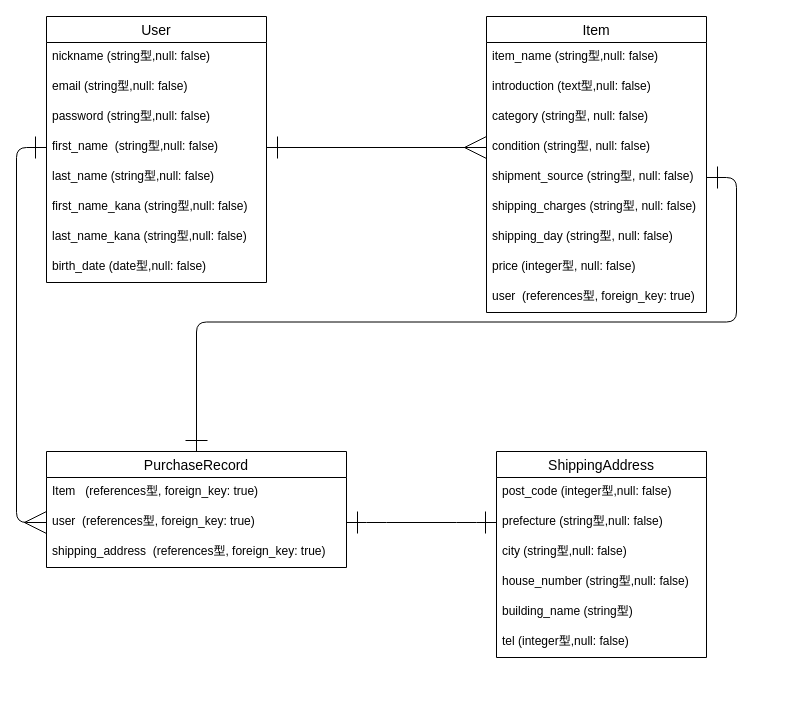
This is ER.dio from shimada0905/furima-32469, a draw.io file, before an edit. Source tidied: cells renumbered, new cells numbered last; positions are measured from the earlier drawing's top-left corner, leaving out a move shared by most shapes. Both pictures are drawn from the tidied source at 100%, with x=0, y=0 at pixel (46, 16).
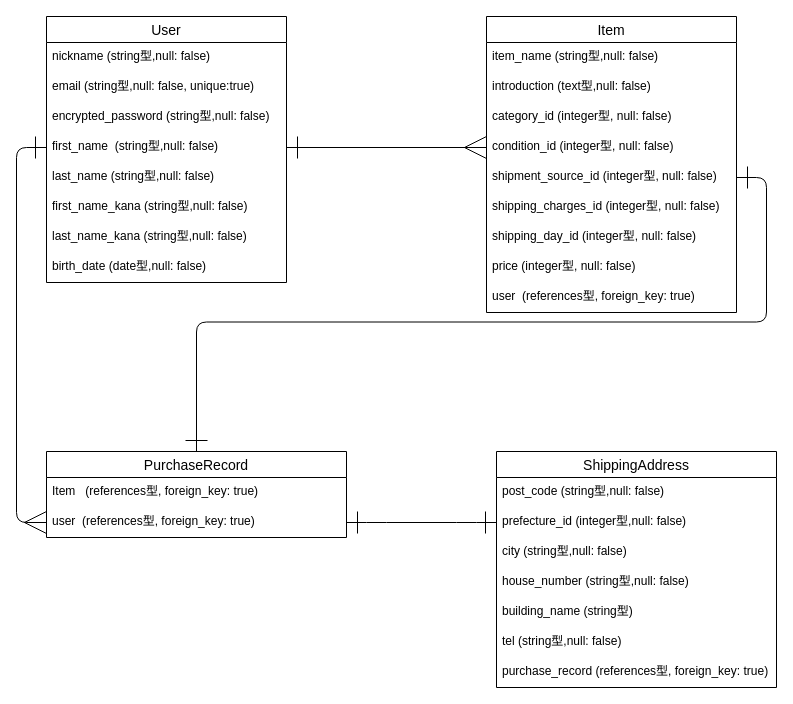
Above is the later version.

Commit message (it also covers changes not shown here):
コメント箇所の修正

Diff of the diagram source:
```diff
@@
     <mxCell id="2" value="User" style="swimlane;fontStyle=0;horizontal=1;startSize=26;align=center;fontSize=14;" parent="1" vertex="1">
-      <mxGeometry width="220" height="266" as="geometry" />
+      <mxGeometry width="240" height="266" as="geometry" />
     </mxCell>
     <mxCell id="3" value="nickname (string型,null: false)" style="text;strokeColor=none;fillColor=none;spacingLeft=4;spacingRight=4;overflow=hidden;fontSize=12;" parent="2" vertex="1">
-      <mxGeometry y="26" width="220" height="30" as="geometry" />
+      <mxGeometry y="26" width="240" height="30" as="geometry" />
     </mxCell>
-    <mxCell id="4" value="email (string型,null: false)" style="text;strokeColor=none;fillColor=none;spacingLeft=4;spacingRight=4;overflow=hidden;fontSize=12;" parent="2" vertex="1">
-      <mxGeometry y="56" width="220" height="30" as="geometry" />
+    <mxCell id="4" value="email (string型,null: false, unique:true)" style="text;strokeColor=none;fillColor=none;spacingLeft=4;spacingRight=4;overflow=hidden;fontSize=12;" parent="2" vertex="1">
+      <mxGeometry y="56" width="240" height="30" as="geometry" />
     </mxCell>
-    <mxCell id="5" value="password (string型,null: false)" style="text;strokeColor=none;fillColor=none;spacingLeft=4;spacingRight=4;overflow=hidden;fontSize=12;" parent="2" vertex="1">
-      <mxGeometry y="86" width="220" height="30" as="geometry" />
+    <mxCell id="5" value="encrypted_password (string型,null: false)" style="text;strokeColor=none;fillColor=none;spacingLeft=4;spacingRight=4;overflow=hidden;fontSize=12;" parent="2" vertex="1">
+      <mxGeometry y="86" width="240" height="30" as="geometry" />
     </mxCell>
     <mxCell id="6" value="first_name  (string型,null: false)" style="text;strokeColor=none;fillColor=none;spacingLeft=4;spacingRight=4;overflow=hidden;points=[[0,0.5],[1,0.5]];portConstraint=eastwest;fontSize=12;" parent="2" vertex="1">
-      <mxGeometry y="116" width="220" height="30" as="geometry" />
+      <mxGeometry y="116" width="240" height="30" as="geometry" />
     </mxCell>
     <mxCell id="7" value="last_name (string型,null: false)" style="text;strokeColor=none;fillColor=none;spacingLeft=4;spacingRight=4;overflow=hidden;fontSize=12;" parent="2" vertex="1">
-      <mxGeometry y="146" width="220" height="30" as="geometry" />
+      <mxGeometry y="146" width="240" height="30" as="geometry" />
     </mxCell>
     <mxCell id="8" value="first_name_kana (string型,null: false)" style="text;strokeColor=none;fillColor=none;spacingLeft=4;spacingRight=4;overflow=hidden;fontSize=12;" parent="2" vertex="1">
-      <mxGeometry y="176" width="220" height="30" as="geometry" />
+      <mxGeometry y="176" width="240" height="30" as="geometry" />
     </mxCell>
     <mxCell id="9" value="last_name_kana (string型,null: false)" style="text;strokeColor=none;fillColor=none;spacingLeft=4;spacingRight=4;overflow=hidden;fontSize=12;" parent="2" vertex="1">
-      <mxGeometry y="206" width="220" height="30" as="geometry" />
+      <mxGeometry y="206" width="240" height="30" as="geometry" />
     </mxCell>
     <mxCell id="10" value="birth_date (date型,null: false)" style="text;strokeColor=none;fillColor=none;spacingLeft=4;spacingRight=4;overflow=hidden;fontSize=12;" parent="2" vertex="1">
-      <mxGeometry y="236" width="220" height="30" as="geometry" />
+      <mxGeometry y="236" width="240" height="30" as="geometry" />
     </mxCell>
     <mxCell id="11" value="Item" style="swimlane;fontStyle=0;horizontal=1;startSize=26;align=center;fontSize=14;" parent="1" vertex="1">
-      <mxGeometry x="440" width="220" height="296" as="geometry" />
+      <mxGeometry x="440" width="250" height="296" as="geometry" />
     </mxCell>
     <mxCell id="12" value="item_name (string型,null: false)" style="text;strokeColor=none;fillColor=none;spacingLeft=4;spacingRight=4;overflow=hidden;fontSize=12;" parent="11" vertex="1">
-      <mxGeometry y="26" width="220" height="30" as="geometry" />
+      <mxGeometry y="26" width="250" height="30" as="geometry" />
     </mxCell>
     <mxCell id="13" value="introduction (text型,null: false)" style="text;strokeColor=none;fillColor=none;spacingLeft=4;spacingRight=4;overflow=hidden;fontSize=12;" parent="11" vertex="1">
-      <mxGeometry y="56" width="220" height="30" as="geometry" />
+      <mxGeometry y="56" width="250" height="30" as="geometry" />
     </mxCell>
-    <mxCell id="14" value="category (string型, null: false)" style="text;strokeColor=none;fillColor=none;spacingLeft=4;spacingRight=4;overflow=hidden;fontSize=12;" parent="11" vertex="1">
-      <mxGeometry y="86" width="220" height="30" as="geometry" />
+    <mxCell id="14" value="category_id (integer型, null: false)" style="text;strokeColor=none;fillColor=none;spacingLeft=4;spacingRight=4;overflow=hidden;fontSize=12;" parent="11" vertex="1">
+      <mxGeometry y="86" width="250" height="30" as="geometry" />
     </mxCell>
-    <mxCell id="15" value="condition (string型, null: false)" style="text;strokeColor=none;fillColor=none;spacingLeft=4;spacingRight=4;overflow=hidden;points=[[0,0.5],[1,0.5]];portConstraint=eastwest;fontSize=12;" parent="11" vertex="1">
-      <mxGeometry y="116" width="220" height="30" as="geometry" />
+    <mxCell id="15" value="condition_id (integer型, null: false)" style="text;strokeColor=none;fillColor=none;spacingLeft=4;spacingRight=4;overflow=hidden;points=[[0,0.5],[1,0.5]];portConstraint=eastwest;fontSize=12;" parent="11" vertex="1">
+      <mxGeometry y="116" width="250" height="30" as="geometry" />
     </mxCell>
-    <mxCell id="16" value="shipment_source (string型, null: false)" style="text;strokeColor=none;fillColor=none;spacingLeft=4;spacingRight=4;overflow=hidden;points=[[0,0.5],[1,0.5]];portConstraint=eastwest;fontSize=12;" parent="11" vertex="1">
-      <mxGeometry y="146" width="220" height="30" as="geometry" />
+    <mxCell id="16" value="shipment_source_id (integer型, null: false)" style="text;strokeColor=none;fillColor=none;spacingLeft=4;spacingRight=4;overflow=hidden;points=[[0,0.5],[1,0.5]];portConstraint=eastwest;fontSize=12;" parent="11" vertex="1">
+      <mxGeometry y="146" width="250" height="30" as="geometry" />
     </mxCell>
-    <mxCell id="17" value="shipping_charges (string型, null: false)" style="text;strokeColor=none;fillColor=none;spacingLeft=4;spacingRight=4;overflow=hidden;fontSize=12;" parent="11" vertex="1">
-      <mxGeometry y="176" width="220" height="30" as="geometry" />
+    <mxCell id="17" value="shipping_charges_id (integer型, null: false)" style="text;strokeColor=none;fillColor=none;spacingLeft=4;spacingRight=4;overflow=hidden;fontSize=12;" parent="11" vertex="1">
+      <mxGeometry y="176" width="250" height="30" as="geometry" />
     </mxCell>
-    <mxCell id="18" value="shipping_day (string型, null: false)" style="text;strokeColor=none;fillColor=none;spacingLeft=4;spacingRight=4;overflow=hidden;fontSize=12;" parent="11" vertex="1">
-      <mxGeometry y="206" width="220" height="30" as="geometry" />
+    <mxCell id="18" value="shipping_day_id (integer型, null: false)" style="text;strokeColor=none;fillColor=none;spacingLeft=4;spacingRight=4;overflow=hidden;fontSize=12;" parent="11" vertex="1">
+      <mxGeometry y="206" width="250" height="30" as="geometry" />
     </mxCell>
     <mxCell id="19" value="price (integer型, null: false)" style="text;strokeColor=none;fillColor=none;spacingLeft=4;spacingRight=4;overflow=hidden;fontSize=12;" parent="11" vertex="1">
-      <mxGeometry y="236" width="220" height="30" as="geometry" />
+      <mxGeometry y="236" width="250" height="30" as="geometry" />
     </mxCell>
     <mxCell id="20" value="user  (references型, foreign_key: true)" style="text;strokeColor=none;fillColor=none;spacingLeft=4;spacingRight=4;overflow=hidden;fontSize=12;" parent="11" vertex="1">
-      <mxGeometry y="266" width="220" height="30" as="geometry" />
+      <mxGeometry y="266" width="250" height="30" as="geometry" />
     </mxCell>
     <mxCell id="21" value="PurchaseRecord" style="swimlane;fontStyle=0;horizontal=1;startSize=26;align=center;fontSize=14;" parent="1" vertex="1">
-      <mxGeometry y="435" width="300" height="116" as="geometry" />
+      <mxGeometry y="435" width="300" height="86" as="geometry" />
     </mxCell>
@@
-    <mxCell id="24" value="shipping_address  (references型, foreign_key: true)" style="text;strokeColor=none;fillColor=none;spacingLeft=4;spacingRight=4;overflow=hidden;fontSize=12;" parent="21" vertex="1">
-      <mxGeometry y="86" width="300" height="30" as="geometry" />
-    </mxCell>
     <mxCell id="25" value="ShippingAddress" style="swimlane;fontStyle=0;horizontal=1;startSize=26;align=center;fontSize=14;" parent="1" vertex="1">
-      <mxGeometry x="450" y="435" width="210" height="206" as="geometry" />
+      <mxGeometry x="450" y="435" width="280" height="236" as="geometry" />
     </mxCell>
-    <mxCell id="26" value="post_code (integer型,null: false)" style="text;strokeColor=none;fillColor=none;spacingLeft=4;spacingRight=4;overflow=hidden;fontSize=12;" parent="25" vertex="1">
-      <mxGeometry y="26" width="210" height="30" as="geometry" />
+    <mxCell id="26" value="post_code (string型,null: false)" style="text;strokeColor=none;fillColor=none;spacingLeft=4;spacingRight=4;overflow=hidden;fontSize=12;" parent="25" vertex="1">
+      <mxGeometry y="26" width="280" height="30" as="geometry" />
     </mxCell>
-    <mxCell id="27" value="prefecture (string型,null: false)" style="text;strokeColor=none;fillColor=none;spacingLeft=4;spacingRight=4;overflow=hidden;points=[[0,0.5],[1,0.5]];portConstraint=eastwest;fontSize=12;" parent="25" vertex="1">
-      <mxGeometry y="56" width="210" height="30" as="geometry" />
+    <mxCell id="27" value="prefecture_id (integer型,null: false)" style="text;strokeColor=none;fillColor=none;spacingLeft=4;spacingRight=4;overflow=hidden;points=[[0,0.5],[1,0.5]];portConstraint=eastwest;fontSize=12;" parent="25" vertex="1">
+      <mxGeometry y="56" width="280" height="30" as="geometry" />
     </mxCell>
     <mxCell id="28" value="city (string型,null: false)" style="text;strokeColor=none;fillColor=none;spacingLeft=4;spacingRight=4;overflow=hidden;fontSize=12;" parent="25" vertex="1">
-      <mxGeometry y="86" width="210" height="30" as="geometry" />
+      <mxGeometry y="86" width="280" height="30" as="geometry" />
     </mxCell>
     <mxCell id="29" value="house_number (string型,null: false)" style="text;strokeColor=none;fillColor=none;spacingLeft=4;spacingRight=4;overflow=hidden;fontSize=12;" parent="25" vertex="1">
-      <mxGeometry y="116" width="210" height="30" as="geometry" />
+      <mxGeometry y="116" width="280" height="30" as="geometry" />
     </mxCell>
     <mxCell id="30" value="building_name (string型)" style="text;strokeColor=none;fillColor=none;spacingLeft=4;spacingRight=4;overflow=hidden;fontSize=12;" parent="25" vertex="1">
-      <mxGeometry y="146" width="210" height="30" as="geometry" />
+      <mxGeometry y="146" width="280" height="30" as="geometry" />
     </mxCell>
-    <mxCell id="31" value="tel (integer型,null: false)" style="text;strokeColor=none;fillColor=none;spacingLeft=4;spacingRight=4;overflow=hidden;fontSize=12;" parent="25" vertex="1">
-      <mxGeometry y="176" width="210" height="30" as="geometry" />
+    <mxCell id="31" value="tel (string型,null: false)" style="text;strokeColor=none;fillColor=none;spacingLeft=4;spacingRight=4;overflow=hidden;fontSize=12;" parent="25" vertex="1">
+      <mxGeometry y="176" width="280" height="30" as="geometry" />
     </mxCell>
+    <mxCell id="36" value="purchase_record (references型, foreign_key: true)" style="text;strokeColor=none;fillColor=none;spacingLeft=4;spacingRight=4;overflow=hidden;fontSize=12;" parent="25" vertex="1">
+      <mxGeometry y="206" width="280" height="30" as="geometry" />
+    </mxCell>
```
